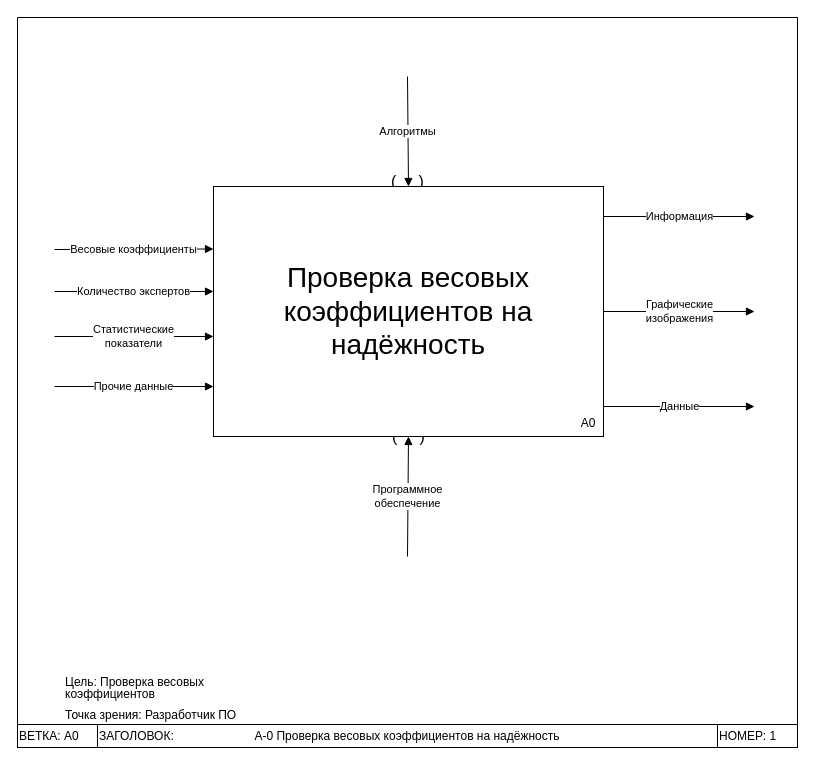
The draw.io diagram page "Контекстная" (1 of 4) of draw_io/idef0 prog.drawio in Dimj1k/Works, before the edit. Source tidied: cells renumbered, new cells numbered last; positions are measured from the earlier drawing's top-left corner, leaving out a move shared by most shapes. Both pictures are drawn from the tidied source at 100%, with x=0, y=0 at pixel (17, 17).
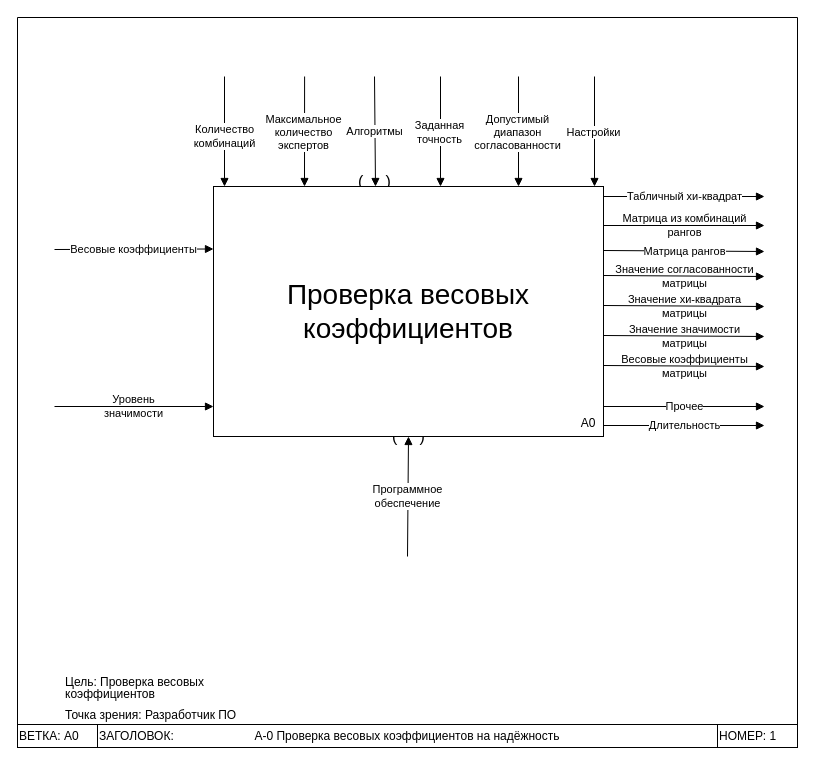
Above is the later version.

Unchanged cells that the change refers to:
```xml
<mxCell id="2" style="swimlane;direction=west;" parent="1" vertex="1">
  <mxGeometry width="780" height="730" as="geometry" />
</mxCell>
<mxCell id="18" style="group;" parent="1" vertex="1">
  <mxGeometry x="196" y="169" width="390" height="265" as="geometry" />
</mxCell>
```

What changed in the source:
```diff
@@
+    <mxCell id="12" value="&lt;font style=&quot;font-size: 16px;&quot;&gt;(&amp;nbsp; &amp;nbsp; &amp;nbsp;)&lt;/font&gt;" style="text;html=1;align=center;verticalAlign=middle;strokeColor=none;fillColor=none;" parent="1" vertex="1">
+      <mxGeometry x="327" y="149" width="60" height="30" as="geometry" />
+    </mxCell>
@@
-    <mxCell id="8" value="Алгоритмы" style="endArrow=block;html=1;rounded=0;entryX=0.5;entryY=0;entryDx=0;entryDy=0;endFill=1;" parent="2" edge="1" target="19">
-      <mxGeometry relative="1" as="geometry">
-        <mxPoint x="390" y="59" as="sourcePoint" />
-      </mxGeometry>
-    </mxCell>
-    <mxCell id="9" value="Информация" style="endArrow=block;html=1;rounded=0;exitX=1;exitY=0.12;exitDx=0;exitDy=0;exitPerimeter=0;endFill=1;" parent="2" edge="1" source="19">
+    <mxCell id="9" value="Табличный хи-квадрат" style="endArrow=block;html=1;rounded=0;exitX=1;exitY=0.12;exitDx=0;exitDy=0;exitPerimeter=0;endFill=1;" parent="2" edge="1">
       <mxGeometry relative="1" as="geometry">
-        <mxPoint x="737" y="199" as="targetPoint" />
+        <mxPoint x="586" y="179" as="sourcePoint" />
+        <mxPoint x="747" y="179" as="targetPoint" />
       </mxGeometry>
     </mxCell>
-    <mxCell id="10" value="Графические&lt;br&gt;изображения" style="endArrow=block;html=1;rounded=0;exitX=1;exitY=0.5;exitDx=0;exitDy=0;endFill=1;" parent="2" edge="1" source="19">
+    <mxCell id="10" value="Матрица из комбинаций&lt;br&gt;рангов" style="endArrow=block;html=1;rounded=0;exitX=1;exitY=0.5;exitDx=0;exitDy=0;endFill=1;labelBackgroundColor=none;" parent="2" edge="1">
       <mxGeometry relative="1" as="geometry">
-        <mxPoint x="737" y="294" as="targetPoint" />
+        <mxPoint x="586" y="208" as="sourcePoint" />
+        <mxPoint x="747" y="208" as="targetPoint" />
       </mxGeometry>
     </mxCell>
-    <mxCell id="11" value="Данные" style="endArrow=block;html=1;rounded=0;exitX=1;exitY=0.88;exitDx=0;exitDy=0;exitPerimeter=0;endFill=1;" parent="2" edge="1" source="19">
+    <mxCell id="11" value="Длительность" style="endArrow=block;html=1;rounded=0;exitX=1;exitY=0.88;exitDx=0;exitDy=0;exitPerimeter=0;endFill=1;" parent="2" edge="1">
       <mxGeometry relative="1" as="geometry">
-        <mxPoint x="737" y="389" as="targetPoint" />
+        <mxPoint x="586" y="408" as="sourcePoint" />
+        <mxPoint x="747" y="408" as="targetPoint" />
       </mxGeometry>
     </mxCell>
-    <mxCell id="12" value="&lt;font style=&quot;font-size: 16px;&quot;&gt;(&amp;nbsp; &amp;nbsp; &amp;nbsp;)&lt;/font&gt;" style="text;html=1;align=center;verticalAlign=middle;strokeColor=none;fillColor=none;" parent="2" vertex="1">
-      <mxGeometry x="360" y="149" width="60" height="30" as="geometry" />
-    </mxCell>
-    <mxCell id="13" value="Количество экспертов" style="endArrow=block;html=1;rounded=0;entryX=0;entryY=0.25;entryDx=0;entryDy=0;endFill=1;" parent="2" edge="1">
+    <mxCell id="13" value="Максимальное&lt;br&gt;количество&lt;br&gt;экспертов" style="endArrow=block;html=1;rounded=0;entryX=0.105;entryY=0;entryDx=0;entryDy=0;endFill=1;entryPerimeter=0;" parent="2" edge="1">
       <mxGeometry x="0.01" relative="1" as="geometry">
-        <mxPoint x="37" y="274" as="sourcePoint" />
-        <mxPoint x="196" y="274" as="targetPoint" />
+        <mxPoint x="287.1" y="59" as="sourcePoint" />
+        <mxPoint x="287" y="169" as="targetPoint" />
         <mxPoint x="-1" as="offset" />
       </mxGeometry>
     </mxCell>
-    <mxCell id="14" value="Статистические&lt;br&gt;показатели" style="endArrow=block;html=1;rounded=0;entryX=0;entryY=0.25;entryDx=0;entryDy=0;endFill=1;" parent="2" edge="1">
+    <mxCell id="14" value="Уровень&lt;br&gt;значимости" style="endArrow=block;html=1;rounded=0;entryX=0;entryY=0.25;entryDx=0;entryDy=0;endFill=1;labelBackgroundColor=none;" parent="2" edge="1">
       <mxGeometry x="0.01" relative="1" as="geometry">
-        <mxPoint x="37" y="319" as="sourcePoint" />
-        <mxPoint x="196" y="319" as="targetPoint" />
+        <mxPoint x="37" y="389" as="sourcePoint" />
+        <mxPoint x="196" y="389" as="targetPoint" />
         <mxPoint x="-1" as="offset" />
       </mxGeometry>
     </mxCell>
-    <mxCell id="15" value="Прочие данные" style="endArrow=block;html=1;rounded=0;entryX=0;entryY=0.25;entryDx=0;entryDy=0;endFill=1;" parent="2" edge="1">
-      <mxGeometry x="0.01" relative="1" as="geometry">
-        <mxPoint x="37" y="369" as="sourcePoint" />
-        <mxPoint x="196" y="369" as="targetPoint" />
-        <mxPoint x="-1" as="offset" />
-      </mxGeometry>
-    </mxCell>
@@
+    <mxCell id="22" value="Количество&lt;br&gt;комбинаций" style="endArrow=block;html=1;rounded=0;entryX=0.105;entryY=0;entryDx=0;entryDy=0;endFill=1;entryPerimeter=0;" parent="2" edge="1">
+      <mxGeometry x="0.09" relative="1" as="geometry">
+        <mxPoint x="207" y="59" as="sourcePoint" />
+        <mxPoint x="207" y="169" as="targetPoint" />
+      </mxGeometry>
+    </mxCell>
+    <mxCell id="23" value="Допустимый&lt;br&gt;диапазон&lt;br&gt;согласованности" style="endArrow=block;html=1;rounded=0;entryX=0.105;entryY=0;entryDx=0;entryDy=0;endFill=1;entryPerimeter=0;" parent="2" edge="1">
+      <mxGeometry x="0.01" y="-1" relative="1" as="geometry">
+        <mxPoint x="501" y="59" as="sourcePoint" />
+        <mxPoint x="501" y="169" as="targetPoint" />
+      </mxGeometry>
+    </mxCell>
+    <mxCell id="24" value="Настройки" style="endArrow=block;html=1;rounded=0;entryX=0.105;entryY=0;entryDx=0;entryDy=0;endFill=1;entryPerimeter=0;" parent="2" edge="1">
+      <mxGeometry x="0.01" y="-1" relative="1" as="geometry">
+        <mxPoint x="577" y="59" as="sourcePoint" />
+        <mxPoint x="577" y="169" as="targetPoint" />
+      </mxGeometry>
+    </mxCell>
+    <mxCell id="25" value="Заданная&lt;br&gt;точность" style="endArrow=block;html=1;rounded=0;entryX=0.105;entryY=0;entryDx=0;entryDy=0;endFill=1;entryPerimeter=0;" parent="2" edge="1">
+      <mxGeometry x="0.01" y="-1" relative="1" as="geometry">
+        <mxPoint x="423" y="59" as="sourcePoint" />
+        <mxPoint x="423" y="169" as="targetPoint" />
+      </mxGeometry>
+    </mxCell>
+    <mxCell id="26" value="Значение хи-квадрата&lt;br&gt;матрицы" style="endArrow=block;html=1;rounded=0;exitX=1;exitY=0.5;exitDx=0;exitDy=0;endFill=1;labelBackgroundColor=none;" parent="2" edge="1">
+      <mxGeometry relative="1" as="geometry">
+        <mxPoint x="586" y="288" as="sourcePoint" />
+        <mxPoint x="747" y="289" as="targetPoint" />
+      </mxGeometry>
+    </mxCell>
@@
-    <mxCell id="19" value="&lt;span style=&quot;font-size: 28px;&quot;&gt;Проверка весовых коэффициентов на надёжность&lt;/span&gt;" style="rounded=0;whiteSpace=wrap;html=1;" parent="18" vertex="1">
+    <mxCell id="19" value="&lt;span style=&quot;font-size: 28px;&quot;&gt;Проверка весовых коэффициентов&lt;br&gt;&lt;/span&gt;" style="rounded=0;whiteSpace=wrap;html=1;" parent="18" vertex="1">
       <mxGeometry width="390" height="250" as="geometry" />
     </mxCell>
@@
+    <mxCell id="8" value="Алгоритмы" style="endArrow=block;html=1;rounded=0;entryX=0.5;entryY=0;entryDx=0;entryDy=0;endFill=1;" parent="1" edge="1">
+      <mxGeometry relative="1" as="geometry">
+        <mxPoint x="357" y="59" as="sourcePoint" />
+        <mxPoint x="358" y="169" as="targetPoint" />
+      </mxGeometry>
+    </mxCell>
+    <mxCell id="27" value="Значение согласованности&lt;br&gt;матрицы" style="endArrow=block;html=1;rounded=0;exitX=1;exitY=0.5;exitDx=0;exitDy=0;endFill=1;labelBackgroundColor=none;" parent="1" edge="1">
+      <mxGeometry relative="1" as="geometry">
+        <mxPoint x="586" y="258" as="sourcePoint" />
+        <mxPoint x="747" y="259" as="targetPoint" />
+      </mxGeometry>
+    </mxCell>
+    <mxCell id="28" value="Значение значимости&lt;br&gt;матрицы" style="endArrow=block;html=1;rounded=0;exitX=1;exitY=0.5;exitDx=0;exitDy=0;endFill=1;labelBackgroundColor=none;" parent="1" edge="1">
+      <mxGeometry relative="1" as="geometry">
+        <mxPoint x="586" y="318" as="sourcePoint" />
+        <mxPoint x="747" y="319" as="targetPoint" />
+      </mxGeometry>
+    </mxCell>
+    <mxCell id="29" value="Матрица рангов" style="endArrow=block;html=1;rounded=0;exitX=1;exitY=0.5;exitDx=0;exitDy=0;endFill=1;labelBackgroundColor=default;" parent="1" edge="1">
+      <mxGeometry relative="1" as="geometry">
+        <mxPoint x="586" y="233" as="sourcePoint" />
+        <mxPoint x="747" y="234" as="targetPoint" />
+      </mxGeometry>
+    </mxCell>
+    <mxCell id="30" value="Весовые коэффициенты&lt;br&gt;матрицы" style="endArrow=block;html=1;rounded=0;exitX=1;exitY=0.5;exitDx=0;exitDy=0;endFill=1;labelBackgroundColor=none;" parent="1" edge="1">
+      <mxGeometry relative="1" as="geometry">
+        <mxPoint x="586" y="348" as="sourcePoint" />
+        <mxPoint x="747" y="349" as="targetPoint" />
+      </mxGeometry>
+    </mxCell>
+    <mxCell id="31" value="Прочее" style="endArrow=block;html=1;rounded=0;exitX=1;exitY=0.5;exitDx=0;exitDy=0;endFill=1;labelBackgroundColor=default;" parent="1" edge="1">
+      <mxGeometry relative="1" as="geometry">
+        <mxPoint x="586" y="389" as="sourcePoint" />
+        <mxPoint x="747" y="389" as="targetPoint" />
+      </mxGeometry>
+    </mxCell>
```
